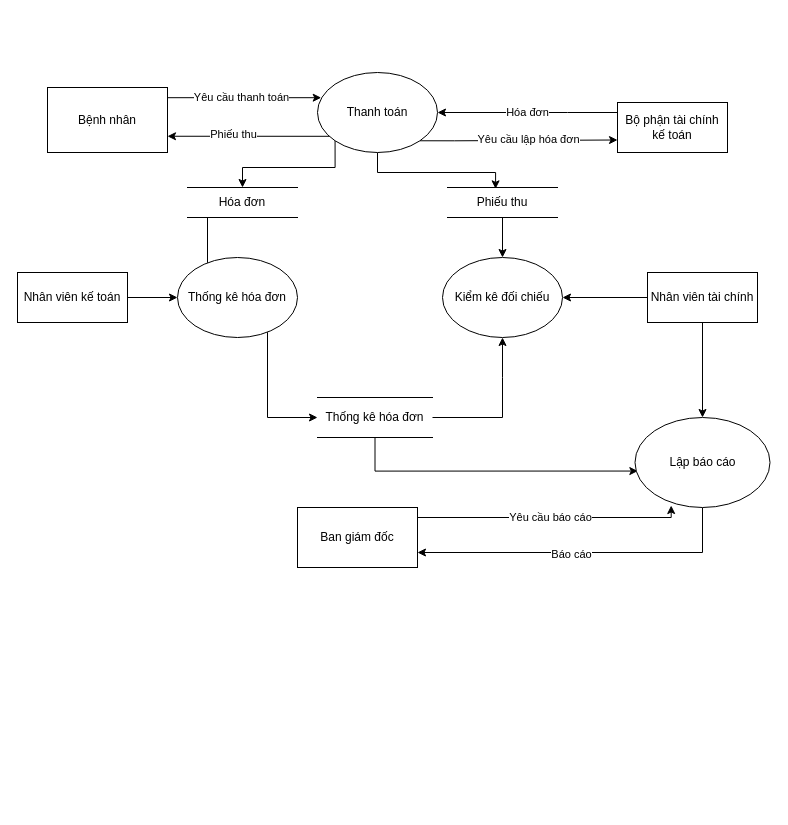
Nhatran241/HTTT keeps this draw.io diagram as DuoiDinh_TaiChinhKeToan.drawio. Above is the earlier version. Source tidied: cells renumbered, new cells numbered last; positions are measured from the earlier drawing's top-left corner, leaving out a move shared by most shapes. Both pictures are drawn from the tidied source at 100%, with x=0, y=0 at pixel (17, 72).
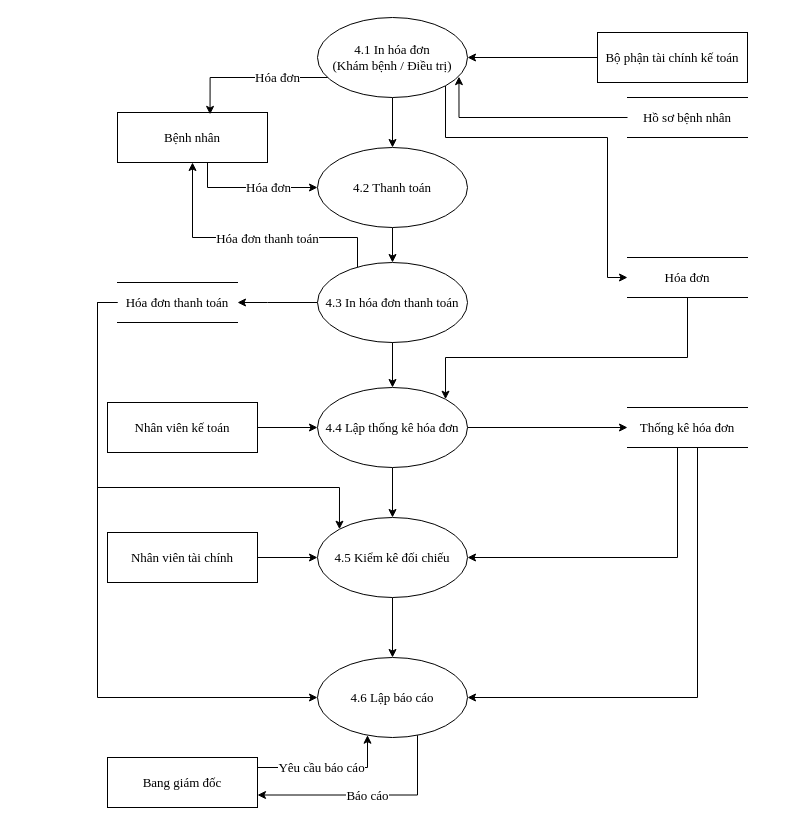
After the change.

What changed in the source:
```diff
@@
-    <mxCell id="2" value="Yêu cầu thanh toán" style="edgeStyle=orthogonalEdgeStyle;rounded=0;jettySize=auto;html=1;exitX=1;exitY=0.25;exitDx=0;exitDy=0;entryX=0.031;entryY=0.315;entryDx=0;entryDy=0;entryPerimeter=0;" parent="1" edge="1" source="3" target="10">
-      <mxGeometry relative="1" as="geometry">
+    <mxCell id="2" value="Hóa đơn" style="edgeStyle=orthogonalEdgeStyle;rounded=0;jettySize=auto;html=1;exitX=1;exitY=0.25;exitDx=0;exitDy=0;entryX=0;entryY=0.5;entryDx=0;entryDy=0;fontFamily=Times New Roman;fontSize=13;" parent="1" edge="1" source="3" target="10">
+      <mxGeometry x="0.57" relative="1" as="geometry">
         <Array as="points">
-          <mxPoint x="150" y="25" />
+          <mxPoint x="190" y="53" />
+          <mxPoint x="190" y="115" />
         </Array>
       </mxGeometry>
     </mxCell>
-    <mxCell id="3" value="Bệnh nhân" style="rounded=0;whiteSpace=wrap;html=1;" parent="1" vertex="1">
-      <mxGeometry x="30" y="15" width="120" height="65" as="geometry" />
+    <mxCell id="3" value="Bệnh nhân" style="rounded=0;whiteSpace=wrap;html=1;fontFamily=Times New Roman;fontSize=13;" parent="1" vertex="1">
+      <mxGeometry x="100" y="40" width="150" height="50" as="geometry" />
     </mxCell>
-    <mxCell id="4" style="edgeStyle=orthogonalEdgeStyle;rounded=0;jettySize=auto;html=1;exitX=1;exitY=1;exitDx=0;exitDy=0;entryX=0;entryY=0.75;entryDx=0;entryDy=0;" parent="1" edge="1" source="10" target="12">
-      <mxGeometry relative="1" as="geometry">
-        <Array as="points">
-          <mxPoint x="437" y="68" />
-          <mxPoint x="518" y="68" />
-        </Array>
-      </mxGeometry>
-    </mxCell>
-    <mxCell id="5" value="Yêu cầu lập hóa đơn" style="edgeLabel;html=1;align=center;verticalAlign=middle;" parent="4" vertex="1">
-      <mxGeometry x="0.09" y="1" relative="1" as="geometry" />
-    </mxCell>
-    <mxCell id="6" style="edgeStyle=orthogonalEdgeStyle;rounded=0;jettySize=auto;html=1;exitX=0;exitY=1;exitDx=0;exitDy=0;entryX=1;entryY=0.75;entryDx=0;entryDy=0;" parent="1" edge="1" source="10" target="3">
-      <mxGeometry relative="1" as="geometry">
-        <Array as="points">
-          <mxPoint x="318" y="64" />
-        </Array>
-      </mxGeometry>
-    </mxCell>
-    <mxCell id="7" value="Phiếu thu" style="edgeLabel;html=1;align=center;verticalAlign=middle;" parent="6" vertex="1">
-      <mxGeometry x="0.24" y="-2" relative="1" as="geometry" />
-    </mxCell>
-    <mxCell id="8" style="edgeStyle=orthogonalEdgeStyle;rounded=0;jettySize=auto;html=1;exitX=0;exitY=1;exitDx=0;exitDy=0;entryX=0.5;entryY=0;entryDx=0;entryDy=0;" parent="1" edge="1" source="10" target="16">
-      <mxGeometry relative="1" as="geometry">
-        <Array as="points">
-          <mxPoint x="318" y="95" />
-          <mxPoint x="225" y="95" />
-        </Array>
-      </mxGeometry>
-    </mxCell>
-    <mxCell id="9" style="edgeStyle=orthogonalEdgeStyle;rounded=0;jettySize=auto;html=1;exitX=0.5;exitY=1;exitDx=0;exitDy=0;entryX=0.437;entryY=0.045;entryDx=0;entryDy=0;entryPerimeter=0;" parent="1" edge="1" source="10" target="14">
-      <mxGeometry relative="1" as="geometry">
-        <Array as="points">
-          <mxPoint x="360" y="100" />
-          <mxPoint x="478" y="100" />
-        </Array>
-      </mxGeometry>
-    </mxCell>
+    <mxCell id="33" style="edgeStyle=orthogonalEdgeStyle;rounded=0;jettySize=auto;html=1;entryX=0.5;entryY=0;entryDx=0;entryDy=0;fontFamily=Times New Roman;fontSize=13;" parent="1" edge="1" source="10" target="51">
+      <mxGeometry relative="1" as="geometry" />
+    </mxCell>
-    <mxCell id="10" value="Thanh toán" style="ellipse;whiteSpace=wrap;html=1;" parent="1" vertex="1">
-      <mxGeometry x="300" width="120" height="80" as="geometry" />
+    <mxCell id="10" value="4.2 Thanh toán" style="ellipse;whiteSpace=wrap;html=1;fontFamily=Times New Roman;fontSize=13;" parent="1" vertex="1">
+      <mxGeometry x="300" y="75" width="150" height="80" as="geometry" />
     </mxCell>
-    <mxCell id="11" value="Hóa đơn" style="edgeStyle=orthogonalEdgeStyle;rounded=0;jettySize=auto;html=1;entryX=1;entryY=0.5;entryDx=0;entryDy=0;" parent="1" edge="1" source="12" target="10">
-      <mxGeometry relative="1" as="geometry">
-        <Array as="points">
-          <mxPoint x="550" y="40" />
-          <mxPoint x="550" y="40" />
-        </Array>
-      </mxGeometry>
-    </mxCell>
+    <mxCell id="34" style="edgeStyle=orthogonalEdgeStyle;rounded=0;jettySize=auto;html=1;entryX=1;entryY=0.5;entryDx=0;entryDy=0;fontFamily=Times New Roman;fontSize=13;" parent="1" edge="1" source="12" target="43">
+      <mxGeometry relative="1" as="geometry" />
+    </mxCell>
-    <mxCell id="12" value="Bộ phận tài chính kế toán" style="rounded=0;whiteSpace=wrap;html=1;" parent="1" vertex="1">
-      <mxGeometry x="600" y="30" width="110" height="50" as="geometry" />
+    <mxCell id="12" value="Bộ phận tài chính kế toán" style="rounded=0;whiteSpace=wrap;html=1;fontFamily=Times New Roman;fontSize=13;" parent="1" vertex="1">
+      <mxGeometry x="580" y="-40" width="150" height="50" as="geometry" />
     </mxCell>
-    <mxCell id="13" style="edgeStyle=orthogonalEdgeStyle;rounded=0;jettySize=auto;html=1;entryX=0.5;entryY=0;entryDx=0;entryDy=0;" parent="1" edge="1" source="14" target="17">
-      <mxGeometry relative="1" as="geometry" />
-    </mxCell>
+    <mxCell id="35" style="edgeStyle=orthogonalEdgeStyle;rounded=0;jettySize=auto;html=1;entryX=0;entryY=0;entryDx=0;entryDy=0;fontFamily=Times New Roman;fontSize=13;" parent="1" edge="1" source="14" target="58">
+      <mxGeometry relative="1" as="geometry">
+        <Array as="points">
+          <mxPoint x="80" y="230" />
+          <mxPoint x="80" y="415" />
+          <mxPoint x="322" y="415" />
+        </Array>
+      </mxGeometry>
+    </mxCell>
+    <mxCell id="36" style="edgeStyle=orthogonalEdgeStyle;rounded=0;jettySize=auto;html=1;entryX=0;entryY=0.5;entryDx=0;entryDy=0;fontFamily=Times New Roman;fontSize=13;" parent="1" edge="1" source="14" target="60">
+      <mxGeometry relative="1" as="geometry">
+        <Array as="points">
+          <mxPoint x="80" y="230" />
+          <mxPoint x="80" y="625" />
+        </Array>
+      </mxGeometry>
+    </mxCell>
-    <mxCell id="14" value="Phiếu thu" style="shape=partialRectangle;whiteSpace=wrap;html=1;left=0;right=0;fillColor=none;" parent="1" vertex="1">
-      <mxGeometry x="430" y="115" width="110" height="30" as="geometry" />
+    <mxCell id="14" value="Hóa đơn thanh toán" style="shape=partialRectangle;whiteSpace=wrap;html=1;left=0;right=0;fillColor=none;fontFamily=Times New Roman;fontSize=13;" parent="1" vertex="1">
+      <mxGeometry x="100" y="210" width="120" height="40" as="geometry" />
     </mxCell>
-    <mxCell id="15" style="edgeStyle=orthogonalEdgeStyle;rounded=0;jettySize=auto;html=1;exitX=0.25;exitY=1;exitDx=0;exitDy=0;entryX=0.25;entryY=0.25;entryDx=0;entryDy=0;entryPerimeter=0;" parent="1" edge="1" source="16" target="22">
-      <mxGeometry relative="1" as="geometry">
-        <Array as="points">
-          <mxPoint x="190" y="145" />
-        </Array>
-      </mxGeometry>
-    </mxCell>
-    <mxCell id="16" value="Hóa đơn" style="shape=partialRectangle;whiteSpace=wrap;html=1;left=0;right=0;fillColor=none;" parent="1" vertex="1">
-      <mxGeometry x="170" y="115" width="110" height="30" as="geometry" />
-    </mxCell>
-    <mxCell id="17" value="Kiểm kê đối chiếu" style="ellipse;whiteSpace=wrap;html=1;" parent="1" vertex="1">
-      <mxGeometry x="425" y="185" width="120" height="80" as="geometry" />
-    </mxCell>
-    <mxCell id="18" style="edgeStyle=orthogonalEdgeStyle;rounded=0;jettySize=auto;html=1;" parent="1" edge="1" source="20" target="17">
-      <mxGeometry relative="1" as="geometry">
-        <Array as="points">
-          <mxPoint x="485" y="305" />
-          <mxPoint x="485" y="305" />
-        </Array>
-      </mxGeometry>
-    </mxCell>
-    <mxCell id="19" style="edgeStyle=orthogonalEdgeStyle;rounded=0;jettySize=auto;html=1;entryX=0.021;entryY=0.595;entryDx=0;entryDy=0;entryPerimeter=0;" parent="1" edge="1" source="20" target="30">
-      <mxGeometry relative="1" as="geometry">
-        <Array as="points">
-          <mxPoint x="358" y="399" />
-        </Array>
-      </mxGeometry>
-    </mxCell>
+    <mxCell id="37" style="edgeStyle=orthogonalEdgeStyle;rounded=0;jettySize=auto;html=1;entryX=1;entryY=0.5;entryDx=0;entryDy=0;fontFamily=Times New Roman;fontSize=13;" parent="1" edge="1" source="20" target="58">
+      <mxGeometry relative="1" as="geometry">
+        <Array as="points">
+          <mxPoint x="660" y="485" />
+        </Array>
+      </mxGeometry>
+    </mxCell>
+    <mxCell id="38" style="edgeStyle=orthogonalEdgeStyle;rounded=0;jettySize=auto;html=1;entryX=1;entryY=0.5;entryDx=0;entryDy=0;fontFamily=Times New Roman;fontSize=13;" parent="1" edge="1" source="20" target="60">
+      <mxGeometry relative="1" as="geometry">
+        <Array as="points">
+          <mxPoint x="680" y="625" />
+        </Array>
+      </mxGeometry>
+    </mxCell>
-    <mxCell id="20" value="Thống kê hóa đơn" style="shape=partialRectangle;whiteSpace=wrap;html=1;left=0;right=0;fillColor=none;" parent="1" vertex="1">
-      <mxGeometry x="300" y="325" width="115" height="40" as="geometry" />
+    <mxCell id="20" value="Thống kê hóa đơn" style="shape=partialRectangle;whiteSpace=wrap;html=1;left=0;right=0;fillColor=none;fontFamily=Times New Roman;fontSize=13;" parent="1" vertex="1">
+      <mxGeometry x="610" y="335" width="120" height="40" as="geometry" />
     </mxCell>
-    <mxCell id="21" style="edgeStyle=orthogonalEdgeStyle;rounded=0;jettySize=auto;html=1;entryX=0;entryY=0.5;entryDx=0;entryDy=0;" parent="1" edge="1" source="22" target="20">
-      <mxGeometry relative="1" as="geometry">
-        <Array as="points">
-          <mxPoint x="250" y="345" />
-        </Array>
-      </mxGeometry>
-    </mxCell>
-    <mxCell id="22" value="Thống kê hóa đơn" style="ellipse;whiteSpace=wrap;html=1;" parent="1" vertex="1">
-      <mxGeometry x="160" y="185" width="120" height="80" as="geometry" />
-    </mxCell>
-    <mxCell id="23" style="edgeStyle=orthogonalEdgeStyle;rounded=0;jettySize=auto;html=1;entryX=0;entryY=0.5;entryDx=0;entryDy=0;" parent="1" edge="1" source="24" target="22">
-      <mxGeometry relative="1" as="geometry" />
-    </mxCell>
+    <mxCell id="39" style="edgeStyle=orthogonalEdgeStyle;rounded=0;jettySize=auto;html=1;exitX=0;exitY=1;exitDx=0;exitDy=0;entryX=0.617;entryY=0.038;entryDx=0;entryDy=0;entryPerimeter=0;fontFamily=Times New Roman;fontSize=13;" parent="1" edge="1" source="43" target="3">
+      <mxGeometry relative="1" as="geometry">
+        <Array as="points">
+          <mxPoint x="322" y="5" />
+          <mxPoint x="193" y="5" />
+        </Array>
+      </mxGeometry>
+    </mxCell>
+    <mxCell id="40" value="Hóa đơn" style="edgeLabel;html=1;align=center;verticalAlign=middle;fontFamily=Times New Roman;fontSize=13;" parent="39" vertex="1">
+      <mxGeometry x="-0.19" y="-1" relative="1" as="geometry" />
+    </mxCell>
+    <mxCell id="41" style="edgeStyle=orthogonalEdgeStyle;rounded=0;jettySize=auto;html=1;entryX=0.5;entryY=0;entryDx=0;entryDy=0;fontFamily=Times New Roman;fontSize=13;" parent="1" edge="1" source="43" target="10">
+      <mxGeometry relative="1" as="geometry" />
+    </mxCell>
+    <mxCell id="42" style="edgeStyle=orthogonalEdgeStyle;rounded=0;jettySize=auto;html=1;exitX=1;exitY=1;exitDx=0;exitDy=0;entryX=0;entryY=0.5;entryDx=0;entryDy=0;fontFamily=Times New Roman;fontSize=13;" parent="1" edge="1" source="43" target="47">
+      <mxGeometry relative="1" as="geometry">
+        <Array as="points">
+          <mxPoint x="428" y="65" />
+          <mxPoint x="590" y="65" />
+          <mxPoint x="590" y="205" />
+        </Array>
+      </mxGeometry>
+    </mxCell>
+    <mxCell id="43" value="4.1 In hóa đơn&lt;br style=&quot;font-size: 13px;&quot;&gt;(Khám bệnh / Điều trị)" style="ellipse;whiteSpace=wrap;html=1;fontFamily=Times New Roman;fontSize=13;" parent="1" vertex="1">
+      <mxGeometry x="300" y="-55" width="150" height="80" as="geometry" />
+    </mxCell>
+    <mxCell id="44" style="edgeStyle=orthogonalEdgeStyle;rounded=0;jettySize=auto;html=1;entryX=0.943;entryY=0.739;entryDx=0;entryDy=0;entryPerimeter=0;fontFamily=Times New Roman;fontSize=13;" parent="1" edge="1" source="45" target="43">
+      <mxGeometry relative="1" as="geometry">
+        <Array as="points">
+          <mxPoint x="442" y="45" />
+        </Array>
+      </mxGeometry>
+    </mxCell>
+    <mxCell id="45" value="Hồ sơ bệnh nhân" style="shape=partialRectangle;whiteSpace=wrap;html=1;left=0;right=0;fillColor=none;fontFamily=Times New Roman;fontSize=13;" parent="1" vertex="1">
+      <mxGeometry x="610" y="25" width="120" height="40" as="geometry" />
+    </mxCell>
+    <mxCell id="46" style="edgeStyle=orthogonalEdgeStyle;rounded=0;jettySize=auto;html=1;entryX=1;entryY=0;entryDx=0;entryDy=0;fontFamily=Times New Roman;fontSize=13;" parent="1" edge="1" source="47" target="55">
+      <mxGeometry relative="1" as="geometry">
+        <Array as="points">
+          <mxPoint x="670" y="285" />
+          <mxPoint x="428" y="285" />
+        </Array>
+      </mxGeometry>
+    </mxCell>
+    <mxCell id="47" value="Hóa đơn" style="shape=partialRectangle;whiteSpace=wrap;html=1;left=0;right=0;fillColor=none;fontFamily=Times New Roman;fontSize=13;" parent="1" vertex="1">
+      <mxGeometry x="610" y="185" width="120" height="40" as="geometry" />
+    </mxCell>
+    <mxCell id="48" style="edgeStyle=orthogonalEdgeStyle;rounded=0;jettySize=auto;html=1;entryX=1;entryY=0.5;entryDx=0;entryDy=0;fontFamily=Times New Roman;fontSize=13;" parent="1" edge="1" source="51" target="14">
+      <mxGeometry relative="1" as="geometry">
+        <Array as="points">
+          <mxPoint x="250" y="230" />
+          <mxPoint x="250" y="230" />
+        </Array>
+      </mxGeometry>
+    </mxCell>
+    <mxCell id="49" style="edgeStyle=orthogonalEdgeStyle;rounded=0;jettySize=auto;html=1;entryX=0.5;entryY=1;entryDx=0;entryDy=0;fontFamily=Times New Roman;fontSize=13;" parent="1" edge="1" source="51" target="3">
+      <mxGeometry relative="1" as="geometry">
+        <Array as="points">
+          <mxPoint x="340" y="165" />
+          <mxPoint x="175" y="165" />
+        </Array>
+      </mxGeometry>
+    </mxCell>
+    <mxCell id="50" value="Hóa đơn thanh toán" style="edgeLabel;html=1;align=center;verticalAlign=middle;fontFamily=Times New Roman;fontSize=13;" parent="49" vertex="1">
+      <mxGeometry x="-0.46" y="2" relative="1" as="geometry">
+        <mxPoint x="-47.6" y="-2" as="offset" />
+      </mxGeometry>
+    </mxCell>
+    <mxCell id="51" value="4.3 In hóa đơn thanh toán" style="ellipse;whiteSpace=wrap;html=1;fontFamily=Times New Roman;fontSize=13;" parent="1" vertex="1">
+      <mxGeometry x="300" y="190" width="150" height="80" as="geometry" />
+    </mxCell>
+    <mxCell id="52" style="edgeStyle=orthogonalEdgeStyle;rounded=0;jettySize=auto;html=1;exitX=0.5;exitY=1;exitDx=0;exitDy=0;entryX=0.5;entryY=0;entryDx=0;entryDy=0;fontFamily=Times New Roman;fontSize=13;" parent="1" edge="1" source="51">
+      <mxGeometry relative="1" as="geometry">
+        <mxPoint x="375" y="315" as="targetPoint" />
+      </mxGeometry>
+    </mxCell>
+    <mxCell id="53" style="edgeStyle=orthogonalEdgeStyle;rounded=0;jettySize=auto;html=1;entryX=0;entryY=0.5;entryDx=0;entryDy=0;fontFamily=Times New Roman;fontSize=13;" parent="1" edge="1" source="55" target="20">
+      <mxGeometry relative="1" as="geometry" />
+    </mxCell>
+    <mxCell id="54" style="edgeStyle=orthogonalEdgeStyle;rounded=0;jettySize=auto;html=1;entryX=0.5;entryY=0;entryDx=0;entryDy=0;fontFamily=Times New Roman;fontSize=13;" parent="1" edge="1" source="55" target="58">
+      <mxGeometry relative="1" as="geometry" />
+    </mxCell>
+    <mxCell id="55" value="4.4 Lập thống kê hóa đơn" style="ellipse;whiteSpace=wrap;html=1;fontFamily=Times New Roman;fontSize=13;" parent="1" vertex="1">
+      <mxGeometry x="300" y="315" width="150" height="80" as="geometry" />
+    </mxCell>
+    <mxCell id="56" style="edgeStyle=orthogonalEdgeStyle;rounded=0;jettySize=auto;html=1;entryX=0;entryY=0.5;entryDx=0;entryDy=0;fontFamily=Times New Roman;fontSize=13;" parent="1" edge="1" source="24" target="55">
+      <mxGeometry relative="1" as="geometry" />
+    </mxCell>
-    <mxCell id="24" value="Nhân viên kế toán" style="rounded=0;whiteSpace=wrap;html=1;" parent="1" vertex="1">
-      <mxGeometry y="200" width="110" height="50" as="geometry" />
+    <mxCell id="24" value="Nhân viên kế toán" style="rounded=0;whiteSpace=wrap;html=1;fontFamily=Times New Roman;fontSize=13;" parent="1" vertex="1">
+      <mxGeometry x="90" y="330" width="150" height="50" as="geometry" />
     </mxCell>
-    <mxCell id="25" style="edgeStyle=orthogonalEdgeStyle;rounded=0;jettySize=auto;html=1;" parent="1" edge="1" source="27" target="17">
-      <mxGeometry relative="1" as="geometry" />
-    </mxCell>
-    <mxCell id="26" style="edgeStyle=orthogonalEdgeStyle;rounded=0;jettySize=auto;html=1;" parent="1" edge="1" source="27" target="30">
-      <mxGeometry relative="1" as="geometry" />
-    </mxCell>
+    <mxCell id="57" style="edgeStyle=orthogonalEdgeStyle;rounded=0;jettySize=auto;html=1;entryX=0.5;entryY=0;entryDx=0;entryDy=0;fontFamily=Times New Roman;fontSize=13;" parent="1" edge="1" source="58" target="60">
+      <mxGeometry relative="1" as="geometry" />
+    </mxCell>
+    <mxCell id="58" value="4.5 Kiểm kê đối chiếu" style="ellipse;whiteSpace=wrap;html=1;fontFamily=Times New Roman;fontSize=13;" parent="1" vertex="1">
+      <mxGeometry x="300" y="445" width="150" height="80" as="geometry" />
+    </mxCell>
+    <mxCell id="59" style="edgeStyle=orthogonalEdgeStyle;rounded=0;jettySize=auto;html=1;fontFamily=Times New Roman;fontSize=13;" parent="1" edge="1" source="27" target="58">
+      <mxGeometry relative="1" as="geometry" />
+    </mxCell>
-    <mxCell id="27" value="Nhân viên tài chính" style="rounded=0;whiteSpace=wrap;html=1;" parent="1" vertex="1">
-      <mxGeometry x="630" y="200" width="110" height="50" as="geometry" />
+    <mxCell id="27" value="Nhân viên tài chính" style="rounded=0;whiteSpace=wrap;html=1;fontFamily=Times New Roman;fontSize=13;" parent="1" vertex="1">
+      <mxGeometry x="90" y="460" width="150" height="50" as="geometry" />
     </mxCell>
-    <mxCell id="28" style="edgeStyle=orthogonalEdgeStyle;rounded=0;jettySize=auto;html=1;entryX=1;entryY=0.75;entryDx=0;entryDy=0;" parent="1" edge="1" source="30" target="32">
-      <mxGeometry relative="1" as="geometry">
-        <Array as="points">
-          <mxPoint x="685" y="480" />
-        </Array>
-      </mxGeometry>
-    </mxCell>
-    <mxCell id="29" value="Báo cáo" style="edgeLabel;html=1;align=center;verticalAlign=middle;" parent="28" vertex="1">
-      <mxGeometry x="0.07" y="1" relative="1" as="geometry" />
+    <mxCell id="29" value="Báo cáo" style="edgeStyle=orthogonalEdgeStyle;rounded=0;jettySize=auto;html=1;entryX=1;entryY=0.75;entryDx=0;entryDy=0;fontFamily=Times New Roman;fontSize=13;" parent="1" edge="1" source="60" target="61">
+      <mxGeometry relative="1" as="geometry">
+        <Array as="points">
+          <mxPoint x="400" y="723" />
+        </Array>
+      </mxGeometry>
     </mxCell>
-    <mxCell id="30" value="Lập báo cáo" style="ellipse;whiteSpace=wrap;html=1;" parent="1" vertex="1">
-      <mxGeometry x="617.5" y="345" width="135" height="90" as="geometry" />
-    </mxCell>
+    <mxCell id="60" value="4.6 Lập báo cáo" style="ellipse;whiteSpace=wrap;html=1;fontFamily=Times New Roman;fontSize=13;" parent="1" vertex="1">
+      <mxGeometry x="300" y="585" width="150" height="80" as="geometry" />
+    </mxCell>
-    <mxCell id="31" value="Yêu cầu báo cáo" style="edgeStyle=orthogonalEdgeStyle;rounded=0;jettySize=auto;html=1;entryX=0.268;entryY=0.978;entryDx=0;entryDy=0;entryPerimeter=0;" parent="1" edge="1" source="32" target="30">
+    <mxCell id="31" value="Yêu cầu báo cáo" style="edgeStyle=orthogonalEdgeStyle;rounded=0;jettySize=auto;html=1;exitX=1;exitY=0.5;exitDx=0;exitDy=0;fontFamily=Times New Roman;fontSize=13;" parent="1" edge="1" source="61" target="60">
       <mxGeometry relative="1" as="geometry">
         <Array as="points">
-          <mxPoint x="654" y="445" />
+          <mxPoint x="240" y="695" />
+          <mxPoint x="350" y="695" />
         </Array>
       </mxGeometry>
     </mxCell>
-    <mxCell id="32" value="Ban giám đốc" style="rounded=0;whiteSpace=wrap;html=1;" parent="1" vertex="1">
-      <mxGeometry x="280" y="435" width="120" height="60" as="geometry" />
-    </mxCell>
+    <mxCell id="61" value="Bang giám đốc" style="rounded=0;whiteSpace=wrap;html=1;fontFamily=Times New Roman;fontSize=13;" parent="1" vertex="1">
+      <mxGeometry x="90" y="685" width="150" height="50" as="geometry" />
+    </mxCell>
```
